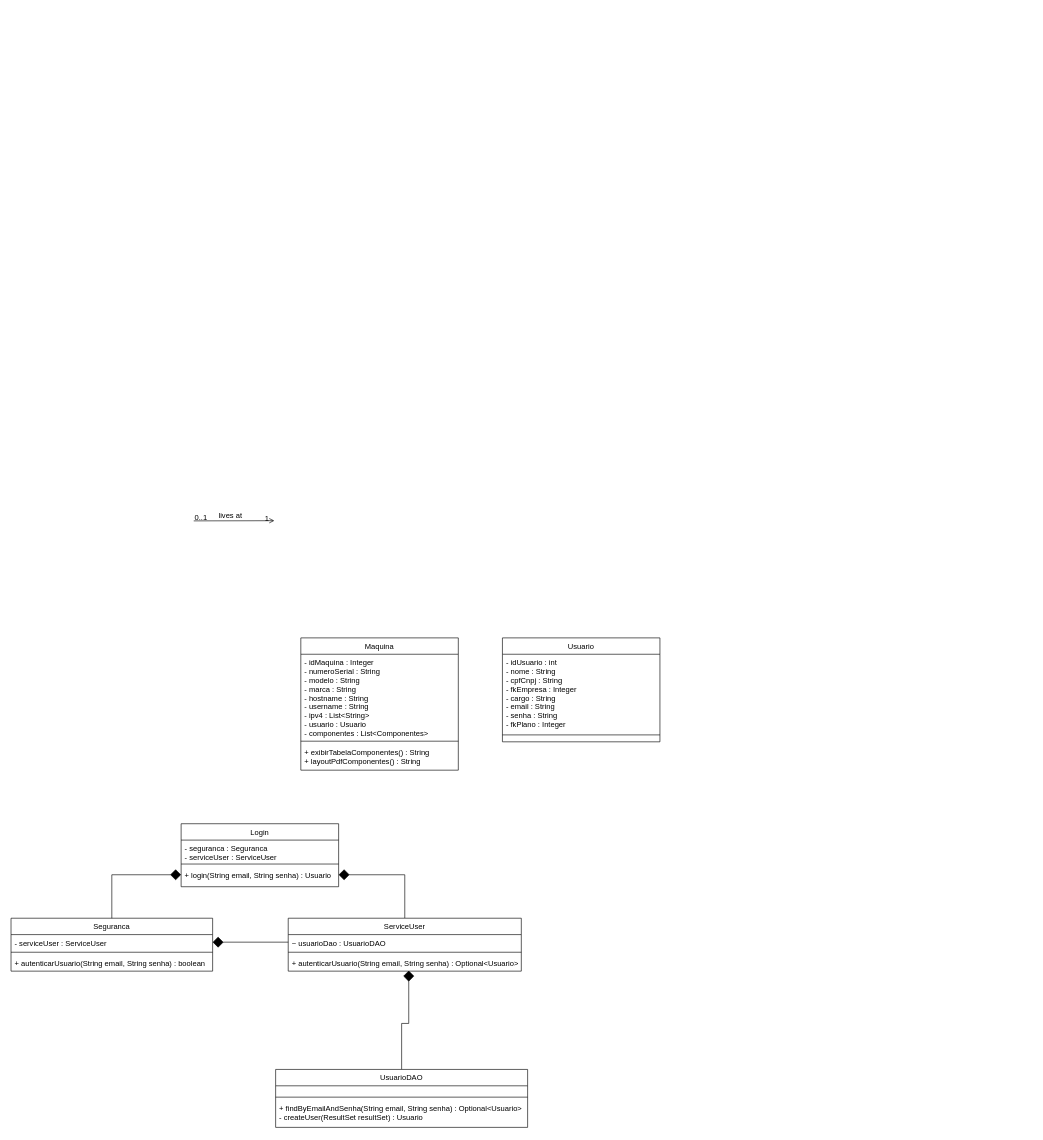
This is Analise de Sistemas/UML/UML VisualOps.drawio from Sant-Thiago/Estudos, a draw.io file, before an edit. Source tidied: cells renumbered, new cells numbered last; positions are measured from the earlier drawing's top-left corner, leaving out a move shared by most shapes. Both pictures are drawn from the tidied source at 63%, with x=0, y=0 at pixel (11, 520).
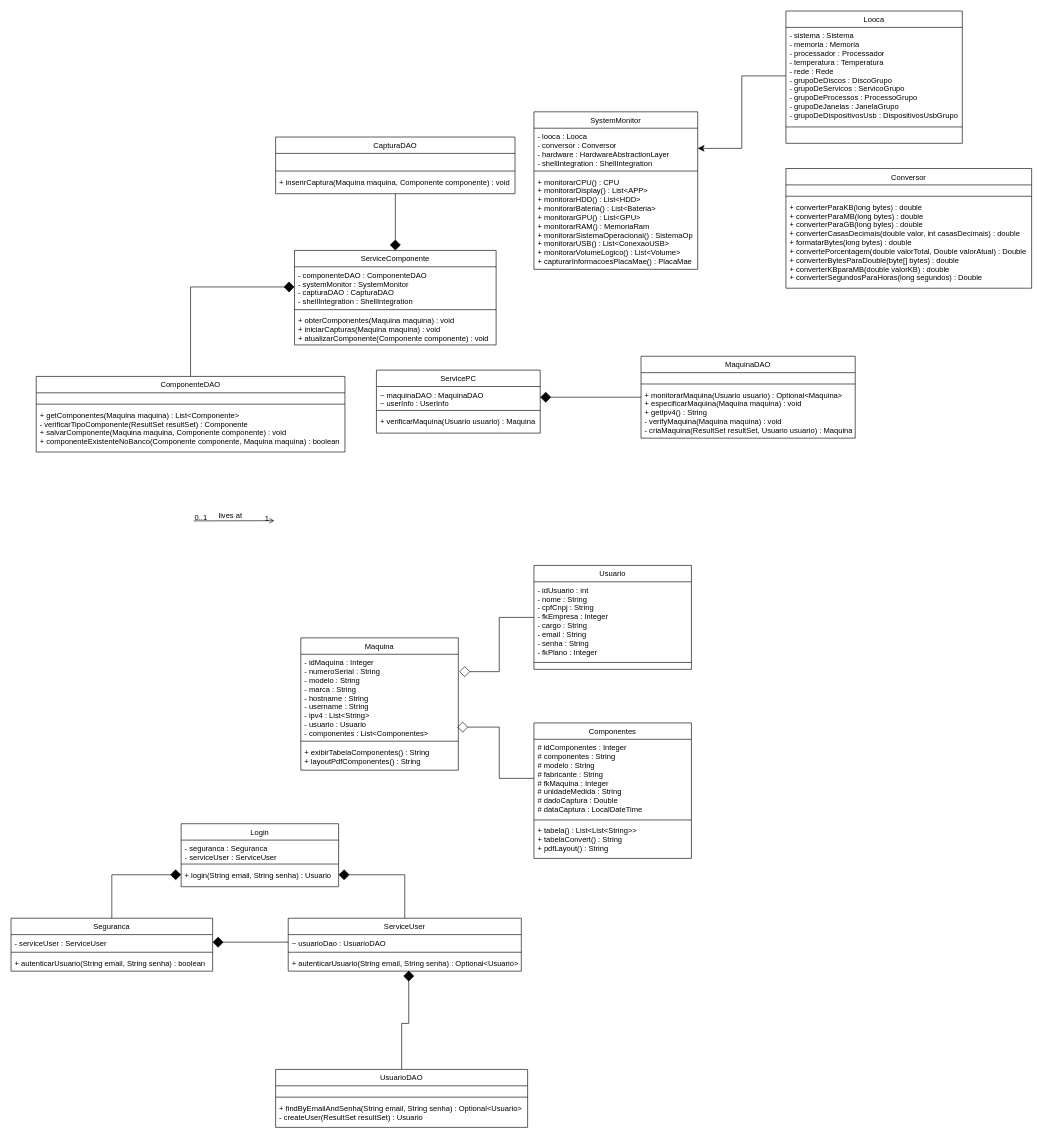
The same page after the edit.

Commit message:
conversor, looca, maquina e outros feitos

The change refers to these unchanged cells:
```xml
<mxCell id="27" value="- idMaquina : Integer&#10;- numeroSerial : String&#10;- modelo : String&#10;- marca : String&#10;- hostname : String&#10;- username : String&#10;- ipv4 : List&lt;String&gt;&#10;- usuario : Usuario&#10;- componentes : List&lt;Componentes&gt;" style="text;align=left;verticalAlign=top;spacingLeft=4;spacingRight=4;overflow=hidden;points=[[0,0.5],[1,0.5]];portConstraint=eastwest;strokeColor=none;" parent="26" vertex="1">
  <mxGeometry y="26" width="250" height="134" as="geometry" />
</mxCell>
```

Change to the diagram source:
```diff
@@
     <mxCell id="30" value="Usuario" style="swimlane;fontStyle=0;align=center;verticalAlign=top;horizontal=1;startSize=26;rounded=0;shadow=0;strokeWidth=1;" parent="1" vertex="1">
-      <mxGeometry x="780" y="186" width="250" height="165" as="geometry" />
+      <mxGeometry x="830" y="71" width="250" height="165" as="geometry" />
     </mxCell>
@@
+    <mxCell id="33" value="Componentes" style="swimlane;fontStyle=0;align=center;verticalAlign=top;horizontal=1;startSize=26;rounded=0;shadow=0;strokeWidth=1;" parent="1" vertex="1">
+      <mxGeometry x="830" y="321" width="250" height="215" as="geometry" />
+    </mxCell>
+    <mxCell id="34" value="# idComponentes : Integer&#10;# componentes : String&#10;# modelo : String&#10;# fabricante : String&#10;# fkMaquina : Integer&#10;# unidadeMedida : String&#10;# dadoCaptura : Double&#10;# dataCaptura : LocalDateTime" style="text;align=left;verticalAlign=top;spacingLeft=4;spacingRight=4;overflow=hidden;points=[[0,0.5],[1,0.5]];portConstraint=eastwest;strokeColor=none;" parent="33" vertex="1">
+      <mxGeometry y="26" width="250" height="124" as="geometry" />
+    </mxCell>
+    <mxCell id="35" style="line;html=1;strokeWidth=1;align=left;verticalAlign=middle;spacingTop=-1;spacingLeft=3;spacingRight=3;labelPosition=right;" parent="33" vertex="1">
+      <mxGeometry y="150" width="250" height="8" as="geometry" />
+    </mxCell>
+    <mxCell id="36" value="+ tabela() : List&lt;List&lt;String&gt;&gt;&#10;+ tabelaConvert() : String&#10;+ pdfLayout() : String&#10;" style="text;align=left;verticalAlign=top;spacingLeft=4;spacingRight=4;overflow=hidden;strokeColor=none;" parent="33" vertex="1">
+      <mxGeometry y="158" width="250" height="52" as="geometry" />
+    </mxCell>
+    <mxCell id="37" style="edgeStyle=orthogonalEdgeStyle;rounded=0;jettySize=auto;html=1;entryX=1.006;entryY=0.206;entryDx=0;entryDy=0;entryPerimeter=0;fontSize=12;startSize=8;endSize=15;endArrow=diamond;endFill=0;" parent="1" edge="1" source="30" target="27">
+      <mxGeometry relative="1" as="geometry" />
+    </mxCell>
+    <mxCell id="38" style="edgeStyle=orthogonalEdgeStyle;rounded=0;jettySize=auto;html=1;entryX=0.993;entryY=0.863;entryDx=0;entryDy=0;entryPerimeter=0;fontSize=12;startSize=8;endSize=15;exitX=0;exitY=0.5;exitDx=0;exitDy=0;endArrow=diamond;endFill=0;" parent="1" edge="1" source="34" target="27">
+      <mxGeometry relative="1" as="geometry" />
+    </mxCell>
+    <mxCell id="39" value="ServicePC" style="swimlane;fontStyle=0;align=center;verticalAlign=top;horizontal=1;startSize=26;rounded=0;shadow=0;strokeWidth=1;" parent="1" vertex="1">
+      <mxGeometry x="580" y="-239" width="260" height="100" as="geometry" />
+    </mxCell>
+    <mxCell id="40" value="~ maquinaDAO : MaquinaDAO&#10;~ userInfo : UserInfo&#10;" style="text;align=left;verticalAlign=top;spacingLeft=4;spacingRight=4;overflow=hidden;points=[[0,0.5],[1,0.5]];portConstraint=eastwest;strokeColor=none;" parent="39" vertex="1">
+      <mxGeometry y="26" width="260" height="34" as="geometry" />
+    </mxCell>
+    <mxCell id="41" style="line;html=1;strokeWidth=1;align=left;verticalAlign=middle;spacingTop=-1;spacingLeft=3;spacingRight=3;labelPosition=right;" parent="39" vertex="1">
+      <mxGeometry y="60" width="260" height="8" as="geometry" />
+    </mxCell>
+    <mxCell id="42" value="+ verificarMaquina(Usuario usuario) : Maquina" style="text;align=left;verticalAlign=top;spacingLeft=4;spacingRight=4;overflow=hidden;strokeColor=none;" parent="39" vertex="1">
+      <mxGeometry y="68" width="260" height="22" as="geometry" />
+    </mxCell>
+    <mxCell id="43" style="edgeStyle=orthogonalEdgeStyle;rounded=0;jettySize=auto;html=1;fontSize=12;startSize=8;endSize=15;endArrow=diamond;endFill=1;entryX=1;entryY=0.5;entryDx=0;entryDy=0;" parent="1" edge="1" source="44" target="40">
+      <mxGeometry relative="1" as="geometry" />
+    </mxCell>
+    <mxCell id="44" value="MaquinaDAO" style="swimlane;fontStyle=0;align=center;verticalAlign=top;horizontal=1;startSize=26;rounded=0;shadow=0;strokeWidth=1;" parent="1" vertex="1">
+      <mxGeometry x="1000" y="-261" width="340" height="130" as="geometry" />
+    </mxCell>
+    <mxCell id="45" value="&#10;" style="text;align=left;verticalAlign=top;spacingLeft=4;spacingRight=4;overflow=hidden;strokeColor=none;" parent="44" vertex="1">
+      <mxGeometry y="26" width="340" height="14" as="geometry" />
+    </mxCell>
+    <mxCell id="46" style="line;html=1;strokeWidth=1;align=left;verticalAlign=middle;spacingTop=-1;spacingLeft=3;spacingRight=3;labelPosition=right;" parent="44" vertex="1">
+      <mxGeometry y="40" width="340" height="8" as="geometry" />
+    </mxCell>
+    <mxCell id="47" value="+ monitorarMaquina(Usuario usuario) : Optional&lt;Maquina&gt;&#10;+ especificarMaquina(Maquina maquina) : void&#10;+ getIpv4() : String&#10;- verifyMaquina(Maquina maquina) : void&#10;- criaMaquina(ResultSet resultSet, Usuario usuario) : Maquina&#10;" style="text;align=left;verticalAlign=top;spacingLeft=4;spacingRight=4;overflow=hidden;strokeColor=none;" parent="44" vertex="1">
+      <mxGeometry y="48" width="340" height="82" as="geometry" />
+    </mxCell>
+    <mxCell id="48" value="ServiceComponente" style="swimlane;fontStyle=0;align=center;verticalAlign=top;horizontal=1;startSize=26;rounded=0;shadow=0;strokeWidth=1;" parent="1" vertex="1">
+      <mxGeometry x="450" y="-429" width="320" height="150" as="geometry" />
+    </mxCell>
+    <mxCell id="49" value="- componenteDAO : ComponenteDAO&#10;- systemMonitor : SystemMonitor&#10;- capturaDAO : CapturaDAO&#10;- shellIntegration : ShellIntegration" style="text;align=left;verticalAlign=top;spacingLeft=4;spacingRight=4;overflow=hidden;points=[[0,0.5],[1,0.5]];portConstraint=eastwest;strokeColor=none;" parent="48" vertex="1">
+      <mxGeometry y="26" width="320" height="64" as="geometry" />
+    </mxCell>
+    <mxCell id="50" style="line;html=1;strokeWidth=1;align=left;verticalAlign=middle;spacingTop=-1;spacingLeft=3;spacingRight=3;labelPosition=right;" parent="48" vertex="1">
+      <mxGeometry y="90" width="320" height="8" as="geometry" />
+    </mxCell>
+    <mxCell id="51" value="+ obterComponentes(Maquina maquina) : void&#10;+ iniciarCapturas(Maquina maquina) : void&#10;+ atualizarComponente(Componente componente) : void" style="text;align=left;verticalAlign=top;spacingLeft=4;spacingRight=4;overflow=hidden;strokeColor=none;" parent="48" vertex="1">
+      <mxGeometry y="98" width="320" height="52" as="geometry" />
+    </mxCell>
+    <mxCell id="52" style="edgeStyle=orthogonalEdgeStyle;rounded=0;jettySize=auto;html=1;entryX=0;entryY=0.5;entryDx=0;entryDy=0;fontSize=12;startSize=8;endSize=15;endArrow=diamond;endFill=1;" parent="1" edge="1" source="53" target="49">
+      <mxGeometry relative="1" as="geometry" />
+    </mxCell>
+    <mxCell id="53" value="ComponenteDAO" style="swimlane;fontStyle=0;align=center;verticalAlign=top;horizontal=1;startSize=26;rounded=0;shadow=0;strokeWidth=1;" parent="1" vertex="1">
+      <mxGeometry x="40" y="-229" width="490" height="120" as="geometry" />
+    </mxCell>
+    <mxCell id="54" value="&#10;" style="text;align=left;verticalAlign=top;spacingLeft=4;spacingRight=4;overflow=hidden;strokeColor=none;" parent="53" vertex="1">
+      <mxGeometry y="26" width="490" height="14" as="geometry" />
+    </mxCell>
+    <mxCell id="55" style="line;html=1;strokeWidth=1;align=left;verticalAlign=middle;spacingTop=-1;spacingLeft=3;spacingRight=3;labelPosition=right;" parent="53" vertex="1">
+      <mxGeometry y="40" width="490" height="8" as="geometry" />
+    </mxCell>
+    <mxCell id="56" value="+ getComponentes(Maquina maquina) : List&lt;Componente&gt;&#10;- verificarTipoComponente(ResultSet resultSet) : Componente&#10;+ salvarComponente(Maquina maquina, Componente componente) : void&#10;+ componenteExistenteNoBanco(Componente componente, Maquina maquina) : boolean&#10;" style="text;align=left;verticalAlign=top;spacingLeft=4;spacingRight=4;overflow=hidden;strokeColor=none;" parent="53" vertex="1">
+      <mxGeometry y="48" width="490" height="72" as="geometry" />
+    </mxCell>
+    <mxCell id="57" style="edgeStyle=orthogonalEdgeStyle;rounded=0;jettySize=auto;html=1;entryX=0.5;entryY=0;entryDx=0;entryDy=0;fontSize=12;startSize=8;endSize=15;endArrow=diamond;endFill=1;" parent="1" edge="1" source="58" target="48">
+      <mxGeometry relative="1" as="geometry" />
+    </mxCell>
+    <mxCell id="58" value="CapturaDAO" style="swimlane;fontStyle=0;align=center;verticalAlign=top;horizontal=1;startSize=26;rounded=0;shadow=0;strokeWidth=1;" parent="1" vertex="1">
+      <mxGeometry x="420" y="-609" width="380" height="90" as="geometry" />
+    </mxCell>
+    <mxCell id="59" value="&#10;" style="text;align=left;verticalAlign=top;spacingLeft=4;spacingRight=4;overflow=hidden;strokeColor=none;" parent="58" vertex="1">
+      <mxGeometry y="26" width="380" height="24" as="geometry" />
+    </mxCell>
+    <mxCell id="60" style="line;html=1;strokeWidth=1;align=left;verticalAlign=middle;spacingTop=-1;spacingLeft=3;spacingRight=3;labelPosition=right;" parent="58" vertex="1">
+      <mxGeometry y="50" width="380" height="8" as="geometry" />
+    </mxCell>
+    <mxCell id="61" value="+ inserirCaptura(Maquina maquina, Componente componente) : void" style="text;align=left;verticalAlign=top;spacingLeft=4;spacingRight=4;overflow=hidden;strokeColor=none;" parent="58" vertex="1">
+      <mxGeometry y="58" width="380" height="32" as="geometry" />
+    </mxCell>
+    <mxCell id="62" value="SystemMonitor" style="swimlane;fontStyle=0;align=center;verticalAlign=top;horizontal=1;startSize=26;rounded=0;shadow=0;strokeWidth=1;" parent="1" vertex="1">
+      <mxGeometry x="830" y="-649" width="260" height="250" as="geometry" />
+    </mxCell>
+    <mxCell id="63" value="- looca : Looca&#10;- conversor : Conversor&#10;- hardware : HardwareAbstractionLayer&#10;- shellIntegration : ShellIntegration" style="text;align=left;verticalAlign=top;spacingLeft=4;spacingRight=4;overflow=hidden;points=[[0,0.5],[1,0.5]];portConstraint=eastwest;strokeColor=none;" parent="62" vertex="1">
+      <mxGeometry y="26" width="260" height="64" as="geometry" />
+    </mxCell>
+    <mxCell id="64" style="line;html=1;strokeWidth=1;align=left;verticalAlign=middle;spacingTop=-1;spacingLeft=3;spacingRight=3;labelPosition=right;" parent="62" vertex="1">
+      <mxGeometry y="90" width="260" height="8" as="geometry" />
+    </mxCell>
+    <mxCell id="65" value="+ monitorarCPU() : CPU&#10;+ monitorarDisplay() : List&lt;APP&gt;&#10;+ monitorarHDD() : List&lt;HDD&gt;&#10;+ monitorarBateria() : List&lt;Bateria&gt;&#10;+ monitorarGPU() : List&lt;GPU&gt;&#10;+ monitorarRAM() : MemoriaRam&#10;+ monitorarSistemaOperacional() : SistemaOp &#10;+ monitorarUSB() : List&lt;ConexaoUSB&gt;&#10;+ monitorarVolumeLogico() : List&lt;Volume&gt;&#10;+ capturarInformacoesPlacaMae() : PlacaMae" style="text;align=left;verticalAlign=top;spacingLeft=4;spacingRight=4;overflow=hidden;strokeColor=none;" parent="62" vertex="1">
+      <mxGeometry y="98" width="260" height="152" as="geometry" />
+    </mxCell>
+    <mxCell id="66" value="Looca" style="swimlane;fontStyle=0;align=center;verticalAlign=top;horizontal=1;startSize=26;rounded=0;shadow=0;strokeWidth=1;" parent="1" vertex="1">
+      <mxGeometry x="1230" y="-809" width="280" height="210" as="geometry" />
+    </mxCell>
+    <mxCell id="67" value="- sistema : Sistema&#10;- memoria : Memoria&#10;- processador : Processador&#10;- temperatura : Temperatura&#10;- rede : Rede&#10;- grupoDeDiscos : DiscoGrupo&#10;- grupoDeServicos : ServicoGrupo&#10;- grupoDeProcessos : ProcessoGrupo&#10;- grupoDeJanelas : JanelaGrupo&#10;- grupoDeDispositivosUsb : DispositivosUsbGrupo" style="text;align=left;verticalAlign=top;spacingLeft=4;spacingRight=4;overflow=hidden;points=[[0,0.5],[1,0.5]];portConstraint=eastwest;strokeColor=none;" parent="66" vertex="1">
+      <mxGeometry y="26" width="280" height="154" as="geometry" />
+    </mxCell>
+    <mxCell id="68" style="line;html=1;strokeWidth=1;align=left;verticalAlign=middle;spacingTop=-1;spacingLeft=3;spacingRight=3;labelPosition=right;" parent="66" vertex="1">
+      <mxGeometry y="180" width="280" height="8" as="geometry" />
+    </mxCell>
+    <mxCell id="69" value="&#10;" style="text;align=left;verticalAlign=top;spacingLeft=4;spacingRight=4;overflow=hidden;strokeColor=none;" parent="66" vertex="1">
+      <mxGeometry y="188" width="280" height="22" as="geometry" />
+    </mxCell>
+    <mxCell id="70" style="edgeStyle=orthogonalEdgeStyle;rounded=0;jettySize=auto;html=1;entryX=1;entryY=0.5;entryDx=0;entryDy=0;fontSize=12;startSize=8;endSize=8;" parent="1" edge="1" source="67" target="63">
+      <mxGeometry relative="1" as="geometry" />
+    </mxCell>
+    <mxCell id="71" value="Conversor" style="swimlane;fontStyle=0;align=center;verticalAlign=top;horizontal=1;startSize=26;rounded=0;shadow=0;strokeWidth=1;" parent="1" vertex="1">
+      <mxGeometry x="1230" y="-559" width="390" height="190" as="geometry" />
+    </mxCell>
+    <mxCell id="72" value="&#10;" style="text;align=left;verticalAlign=top;spacingLeft=4;spacingRight=4;overflow=hidden;strokeColor=none;" parent="71" vertex="1">
+      <mxGeometry y="26" width="390" height="14" as="geometry" />
+    </mxCell>
+    <mxCell id="73" style="line;html=1;strokeWidth=1;align=left;verticalAlign=middle;spacingTop=-1;spacingLeft=3;spacingRight=3;labelPosition=right;" parent="71" vertex="1">
+      <mxGeometry y="40" width="390" height="8" as="geometry" />
+    </mxCell>
+    <mxCell id="74" value="+ converterParaKB(long bytes) : double&#10;+ converterParaMB(long bytes) : double&#10;+ converterParaGB(long bytes) : double&#10;+ converterCasasDecimais(double valor, int casasDecimais) : double&#10;+ formatarBytes(long bytes) : double&#10;+ convertePorcentagem(double valorTotal, Double valorAtual) : Double&#10;+ converterBytesParaDouble(byte[] bytes) : double&#10;+ converterKBparaMB(double valorKB) : double&#10;+ converterSegundosParaHoras(long segundos) : Double" style="text;align=left;verticalAlign=top;spacingLeft=4;spacingRight=4;overflow=hidden;strokeColor=none;" parent="71" vertex="1">
+      <mxGeometry y="48" width="390" height="142" as="geometry" />
+    </mxCell>
```
